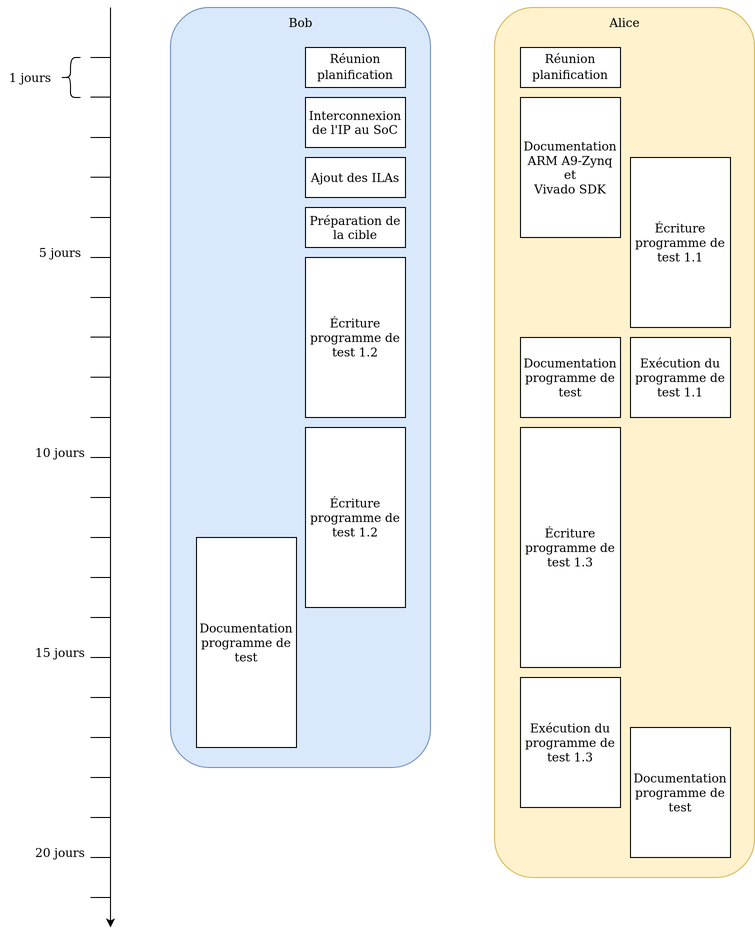
Before: Take_my_IP/figure/planning_integration.png, a diagram exported from draw.io (FromagePatin/controller_IT). Source tidied: cells renumbered, new cells last; positions are measured from the earlier drawing's top-left corner, leaving out a move shared by most shapes.
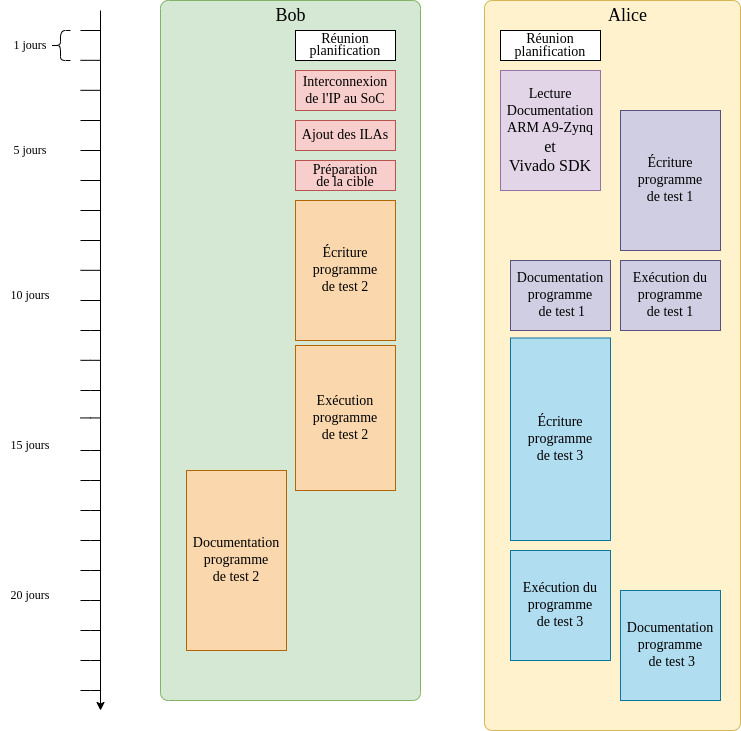
After the change.

Commit message:
Ajout des commentaites planning et couleur planning

The edit, as a diff of the source:
```diff
@@ -4,7 +4,7 @@
     <mxCell id="1" parent="0" />
-    <mxCell id="2" style="rounded=1;whiteSpace=wrap;html=1;fontFamily=Verdana;fontSize=12;fillColor=#fff2cc;strokeColor=#d6b656;" parent="1" vertex="1">
-      <mxGeometry x="494" width="260" height="870" as="geometry" />
+    <mxCell id="2" style="rounded=1;whiteSpace=wrap;html=1;fontFamily=Verdana;fontSize=12;fillColor=#fff2cc;strokeColor=#d6b656;arcSize=3;" parent="1" vertex="1">
+      <mxGeometry x="494" y="10" width="256" height="730" as="geometry" />
     </mxCell>
-    <mxCell id="3" style="rounded=1;whiteSpace=wrap;html=1;fontFamily=Verdana;fontSize=12;fillColor=#dae8fc;strokeColor=#6c8ebf;" parent="1" vertex="1">
-      <mxGeometry x="170" width="260" height="760" as="geometry" />
+    <mxCell id="3" style="rounded=1;whiteSpace=wrap;html=1;fontFamily=Verdana;fontSize=12;fillColor=#d5e8d4;strokeColor=#82b366;arcSize=3;" parent="1" vertex="1">
+      <mxGeometry x="170" y="10" width="260" height="700" as="geometry" />
     </mxCell>
@@ -12,11 +12,11 @@
       <mxGeometry relative="1" as="geometry">
-        <mxPoint x="110" as="sourcePoint" />
-        <mxPoint x="110" y="920" as="targetPoint" />
+        <mxPoint x="110" y="20" as="sourcePoint" />
+        <mxPoint x="110" y="720" as="targetPoint" />
       </mxGeometry>
     </mxCell>
-    <mxCell id="5" value="&lt;font style=&quot;font-size: 12px;&quot; face=&quot;Verdana&quot;&gt;Réunion planification&lt;/font&gt;" style="rounded=0;whiteSpace=wrap;html=1;" parent="1" vertex="1">
-      <mxGeometry x="305" y="40" width="100" height="40" as="geometry" />
+    <mxCell id="5" value="&lt;p style=&quot;line-height: 90%;&quot;&gt;&lt;font style=&quot;font-size: 14px;&quot; face=&quot;Verdana&quot;&gt;Réunion planification&lt;/font&gt;&lt;/p&gt;" style="rounded=0;whiteSpace=wrap;html=1;" parent="1" vertex="1">
+      <mxGeometry x="305" y="40" width="100" height="30" as="geometry" />
     </mxCell>
-    <mxCell id="6" value="&lt;font style=&quot;font-size: 12px;&quot; face=&quot;Verdana&quot;&gt;Réunion planification&lt;/font&gt;" style="rounded=0;whiteSpace=wrap;html=1;" parent="1" vertex="1">
-      <mxGeometry x="520" y="40" width="100" height="40" as="geometry" />
+    <mxCell id="6" value="&lt;p style=&quot;line-height: 100%;&quot;&gt;&lt;font style=&quot;font-size: 14px;&quot; face=&quot;Verdana&quot;&gt;Réunion planification&lt;/font&gt;&lt;/p&gt;" style="rounded=0;whiteSpace=wrap;html=1;" parent="1" vertex="1">
+      <mxGeometry x="510" y="40" width="100" height="30" as="geometry" />
     </mxCell>
@@ -24,23 +24,23 @@
       <mxGeometry relative="1" as="geometry">
-        <mxPoint x="110" y="89.6" as="sourcePoint" />
-        <mxPoint x="90" y="89.6" as="targetPoint" />
+        <mxPoint x="110" y="69.8" as="sourcePoint" />
+        <mxPoint x="90" y="69.8" as="targetPoint" />
       </mxGeometry>
     </mxCell>
-    <mxCell id="8" value="Bob" style="text;html=1;strokeColor=none;fillColor=none;align=center;verticalAlign=middle;whiteSpace=wrap;rounded=0;fontFamily=Verdana;fontSize=12;" parent="1" vertex="1">
-      <mxGeometry x="262.5" width="75" height="30" as="geometry" />
+    <mxCell id="8" value="&lt;font style=&quot;font-size: 18px;&quot;&gt;Bob&lt;/font&gt;" style="text;html=1;strokeColor=none;fillColor=none;align=center;verticalAlign=middle;whiteSpace=wrap;rounded=0;fontFamily=Verdana;fontSize=12;" parent="1" vertex="1">
+      <mxGeometry x="262.5" y="10" width="75" height="30" as="geometry" />
     </mxCell>
-    <mxCell id="9" value="Alice" style="text;html=1;strokeColor=none;fillColor=none;align=center;verticalAlign=middle;whiteSpace=wrap;rounded=0;fontFamily=Verdana;fontSize=12;" parent="1" vertex="1">
-      <mxGeometry x="586.5" width="75" height="30" as="geometry" />
+    <mxCell id="9" value="&lt;font style=&quot;font-size: 18px;&quot;&gt;Alice&lt;/font&gt;" style="text;html=1;strokeColor=none;fillColor=none;align=center;verticalAlign=middle;whiteSpace=wrap;rounded=0;fontFamily=Verdana;fontSize=12;" parent="1" vertex="1">
+      <mxGeometry x="600" y="10" width="75" height="30" as="geometry" />
     </mxCell>
     <mxCell id="10" value="1 jours" style="text;html=1;strokeColor=none;fillColor=none;align=center;verticalAlign=middle;whiteSpace=wrap;rounded=0;fontFamily=Verdana;fontSize=12;" parent="1" vertex="1">
-      <mxGeometry y="55" width="60" height="30" as="geometry" />
+      <mxGeometry x="10" y="40" width="60" height="30" as="geometry" />
     </mxCell>
-    <mxCell id="11" value="Interconnexion de l'IP au SoC" style="rounded=0;whiteSpace=wrap;html=1;fontFamily=Verdana;fontSize=12;" parent="1" vertex="1">
-      <mxGeometry x="305" y="90" width="100" height="50" as="geometry" />
+    <mxCell id="11" value="&lt;font style=&quot;font-size: 14px;&quot;&gt;Interconnexion de l'IP au SoC&lt;/font&gt;" style="rounded=0;whiteSpace=wrap;html=1;fontFamily=Verdana;fontSize=12;fillColor=#f8cecc;strokeColor=#b85450;" parent="1" vertex="1">
+      <mxGeometry x="305" y="80" width="100" height="40" as="geometry" />
     </mxCell>
-    <mxCell id="12" value="Ajout des ILAs" style="rounded=0;whiteSpace=wrap;html=1;fontFamily=Verdana;fontSize=12;" parent="1" vertex="1">
-      <mxGeometry x="305" y="150" width="100" height="40" as="geometry" />
+    <mxCell id="12" value="&lt;font style=&quot;font-size: 14px;&quot;&gt;Ajout des ILAs&lt;/font&gt;" style="rounded=0;whiteSpace=wrap;html=1;fontFamily=Verdana;fontSize=12;fillColor=#f8cecc;strokeColor=#b85450;" parent="1" vertex="1">
+      <mxGeometry x="305" y="130" width="100" height="30" as="geometry" />
     </mxCell>
-    <mxCell id="13" value="Préparation de la cible" style="rounded=0;whiteSpace=wrap;html=1;fontFamily=Verdana;fontSize=12;" parent="1" vertex="1">
-      <mxGeometry x="305" y="200" width="100" height="40" as="geometry" />
+    <mxCell id="13" value="&lt;p style=&quot;line-height: 100%;&quot;&gt;&lt;font style=&quot;font-size: 14px;&quot;&gt;Préparation &lt;br&gt;de la cible&lt;/font&gt;&lt;/p&gt;" style="rounded=0;whiteSpace=wrap;html=1;fontFamily=Verdana;fontSize=12;fillColor=#f8cecc;strokeColor=#b85450;" parent="1" vertex="1">
+      <mxGeometry x="305" y="170" width="100" height="30" as="geometry" />
     </mxCell>
@@ -48,4 +48,4 @@
       <mxGeometry relative="1" as="geometry">
-        <mxPoint x="90" y="250" as="sourcePoint" />
-        <mxPoint x="110" y="250" as="targetPoint" />
+        <mxPoint x="90" y="190" as="sourcePoint" />
+        <mxPoint x="110" y="190" as="targetPoint" />
       </mxGeometry>
@@ -53,3 +53,3 @@
     <mxCell id="15" style="shape=curlyBracket;whiteSpace=wrap;html=1;rounded=1;labelPosition=left;verticalLabelPosition=middle;align=right;verticalAlign=middle;fontFamily=Verdana;fontSize=12;" parent="1" vertex="1">
-      <mxGeometry x="60" y="50" width="20" height="40" as="geometry" />
+      <mxGeometry x="60" y="40" width="20" height="30" as="geometry" />
     </mxCell>
@@ -57,35 +57,35 @@
       <mxGeometry relative="1" as="geometry">
-        <mxPoint x="90" y="329.6" as="sourcePoint" />
-        <mxPoint x="110" y="329.6" as="targetPoint" />
+        <mxPoint x="90" y="250" as="sourcePoint" />
+        <mxPoint x="110" y="250" as="targetPoint" />
       </mxGeometry>
     </mxCell>
-    <mxCell id="17" value="Documentation ARM A9-Zynq&lt;br&gt;&lt;div&gt;et&lt;/div&gt;&lt;div&gt;Vivado SDK&lt;br&gt;&lt;/div&gt;" style="rounded=0;whiteSpace=wrap;html=1;fontFamily=Verdana;fontSize=12;" parent="1" vertex="1">
-      <mxGeometry x="520" y="90" width="100" height="140" as="geometry" />
+    <mxCell id="17" value="&lt;font style=&quot;font-size: 14px;&quot;&gt;Lecture Documentation ARM A9-Zynq&lt;br&gt;&lt;/font&gt;&lt;div&gt;&lt;font size=&quot;3&quot;&gt;et&lt;/font&gt;&lt;/div&gt;&lt;div&gt;&lt;font size=&quot;3&quot;&gt;Vivado SDK&lt;/font&gt;&lt;br&gt;&lt;/div&gt;" style="rounded=0;whiteSpace=wrap;html=1;fontFamily=Verdana;fontSize=12;fillColor=#e1d5e7;strokeColor=#9673a6;" parent="1" vertex="1">
+      <mxGeometry x="510" y="80" width="100" height="120" as="geometry" />
     </mxCell>
-    <mxCell id="18" value="Écriture programme de test 1.1" style="rounded=0;whiteSpace=wrap;html=1;fontFamily=Verdana;fontSize=12;" parent="1" vertex="1">
-      <mxGeometry x="630" y="150" width="100" height="170" as="geometry" />
+    <mxCell id="18" value="&lt;font style=&quot;font-size: 14px;&quot;&gt;Écriture &lt;br&gt;programme &lt;br&gt;de test 1&lt;/font&gt;" style="rounded=0;whiteSpace=wrap;html=1;fontFamily=Verdana;fontSize=12;fillColor=#d0cee2;strokeColor=#56517e;" parent="1" vertex="1">
+      <mxGeometry x="630" y="120" width="100" height="140" as="geometry" />
     </mxCell>
-    <mxCell id="19" value="Écriture programme de test 1.2" style="rounded=0;whiteSpace=wrap;html=1;fontFamily=Verdana;fontSize=12;" parent="1" vertex="1">
-      <mxGeometry x="305" y="250" width="100" height="160" as="geometry" />
+    <mxCell id="19" value="&lt;font style=&quot;font-size: 14px;&quot;&gt;Écriture &lt;br&gt;programme &lt;br&gt;de test 2&lt;/font&gt;" style="rounded=0;whiteSpace=wrap;html=1;fontFamily=Verdana;fontSize=12;fillColor=#fad7ac;strokeColor=#b46504;" parent="1" vertex="1">
+      <mxGeometry x="305" y="210" width="100" height="140" as="geometry" />
     </mxCell>
-    <mxCell id="20" value="Exécution du programme de test 1.1" style="rounded=0;whiteSpace=wrap;html=1;fontFamily=Verdana;fontSize=12;" parent="1" vertex="1">
-      <mxGeometry x="630" y="330" width="100" height="80" as="geometry" />
+    <mxCell id="20" value="&lt;font style=&quot;font-size: 14px;&quot;&gt;Exécution du programme &lt;br&gt;de test 1&lt;/font&gt;" style="rounded=0;whiteSpace=wrap;html=1;fontFamily=Verdana;fontSize=12;fillColor=#d0cee2;strokeColor=#56517e;" parent="1" vertex="1">
+      <mxGeometry x="630" y="270" width="100" height="70" as="geometry" />
     </mxCell>
-    <mxCell id="21" value="Documentation programme de test" style="rounded=0;whiteSpace=wrap;html=1;fontFamily=Verdana;fontSize=12;" parent="1" vertex="1">
-      <mxGeometry x="520" y="330" width="100" height="80" as="geometry" />
+    <mxCell id="21" value="&lt;font style=&quot;font-size: 14px;&quot;&gt;Documentation programme&lt;br&gt;&amp;nbsp;de test 1&lt;/font&gt;" style="rounded=0;whiteSpace=wrap;html=1;fontFamily=Verdana;fontSize=12;fillColor=#d0cee2;strokeColor=#56517e;" parent="1" vertex="1">
+      <mxGeometry x="520" y="270" width="100" height="70" as="geometry" />
     </mxCell>
-    <mxCell id="22" value="Écriture programme de test 1.3" style="rounded=0;whiteSpace=wrap;html=1;fontFamily=Verdana;fontSize=12;" parent="1" vertex="1">
-      <mxGeometry x="520" y="420" width="100" height="240" as="geometry" />
+    <mxCell id="22" value="&lt;font style=&quot;font-size: 14px;&quot;&gt;Écriture &lt;br&gt;programme &lt;br&gt;de test 3&lt;/font&gt;" style="rounded=0;whiteSpace=wrap;html=1;fontFamily=Verdana;fontSize=12;fillColor=#b1ddf0;strokeColor=#10739e;" parent="1" vertex="1">
+      <mxGeometry x="520" y="347.5" width="100" height="202.5" as="geometry" />
     </mxCell>
-    <mxCell id="23" value="Exécution du programme de test 1.3" style="rounded=0;whiteSpace=wrap;html=1;fontFamily=Verdana;fontSize=12;" parent="1" vertex="1">
-      <mxGeometry x="520" y="670" width="100" height="130" as="geometry" />
+    <mxCell id="23" value="&lt;font style=&quot;font-size: 14px;&quot;&gt;Exécution du programme &lt;br&gt;de test 3&lt;/font&gt;" style="rounded=0;whiteSpace=wrap;html=1;fontFamily=Verdana;fontSize=12;fillColor=#b1ddf0;strokeColor=#10739e;" parent="1" vertex="1">
+      <mxGeometry x="520" y="560" width="100" height="110" as="geometry" />
     </mxCell>
-    <mxCell id="24" value="Documentation programme de test" style="rounded=0;whiteSpace=wrap;html=1;fontFamily=Verdana;fontSize=12;" parent="1" vertex="1">
-      <mxGeometry x="630" y="720" width="100" height="130" as="geometry" />
+    <mxCell id="24" value="&lt;font style=&quot;font-size: 14px;&quot;&gt;Documentation programme&lt;br&gt;&amp;nbsp;de test 3&lt;/font&gt;" style="rounded=0;whiteSpace=wrap;html=1;fontFamily=Verdana;fontSize=12;fillColor=#b1ddf0;strokeColor=#10739e;" parent="1" vertex="1">
+      <mxGeometry x="630" y="600" width="100" height="110" as="geometry" />
     </mxCell>
-    <mxCell id="25" value="Écriture programme de test 1.2" style="rounded=0;whiteSpace=wrap;html=1;fontFamily=Verdana;fontSize=12;" parent="1" vertex="1">
-      <mxGeometry x="305" y="420" width="100" height="180" as="geometry" />
+    <mxCell id="25" value="&lt;font style=&quot;font-size: 14px;&quot;&gt;Exécution&lt;br&gt;programme &lt;br&gt;de test 2&lt;/font&gt;" style="rounded=0;whiteSpace=wrap;html=1;fontFamily=Verdana;fontSize=12;fillColor=#fad7ac;strokeColor=#b46504;" parent="1" vertex="1">
+      <mxGeometry x="305" y="355" width="100" height="145" as="geometry" />
     </mxCell>
-    <mxCell id="26" value="Documentation programme de test" style="rounded=0;whiteSpace=wrap;html=1;fontFamily=Verdana;fontSize=12;" parent="1" vertex="1">
-      <mxGeometry x="196" y="530" width="100" height="210" as="geometry" />
+    <mxCell id="26" value="&lt;font style=&quot;font-size: 14px;&quot;&gt;Documentation programme &lt;br&gt;de test 2&lt;/font&gt;" style="rounded=0;whiteSpace=wrap;html=1;fontFamily=Verdana;fontSize=12;fillColor=#fad7ac;strokeColor=#b46504;" parent="1" vertex="1">
+      <mxGeometry x="196" y="480" width="100" height="180" as="geometry" />
     </mxCell>
@@ -93,4 +93,4 @@
       <mxGeometry relative="1" as="geometry">
-        <mxPoint x="110" y="130" as="sourcePoint" />
-        <mxPoint x="90" y="130" as="targetPoint" />
+        <mxPoint x="110" y="99.8" as="sourcePoint" />
+        <mxPoint x="90" y="99.8" as="targetPoint" />
       </mxGeometry>
@@ -99,4 +99,4 @@
       <mxGeometry relative="1" as="geometry">
-        <mxPoint x="110" y="169.8" as="sourcePoint" />
-        <mxPoint x="90" y="169.8" as="targetPoint" />
+        <mxPoint x="110" y="130" as="sourcePoint" />
+        <mxPoint x="90" y="130" as="targetPoint" />
       </mxGeometry>
@@ -105,4 +105,4 @@
       <mxGeometry relative="1" as="geometry">
-        <mxPoint x="110" y="210" as="sourcePoint" />
-        <mxPoint x="90" y="210" as="targetPoint" />
+        <mxPoint x="110" y="160" as="sourcePoint" />
+        <mxPoint x="90" y="160" as="targetPoint" />
       </mxGeometry>
@@ -111,4 +111,4 @@
       <mxGeometry relative="1" as="geometry">
-        <mxPoint x="110" y="290" as="sourcePoint" />
-        <mxPoint x="90" y="290" as="targetPoint" />
+        <mxPoint x="110" y="220" as="sourcePoint" />
+        <mxPoint x="90" y="220" as="targetPoint" />
       </mxGeometry>
@@ -117,4 +117,4 @@
       <mxGeometry relative="1" as="geometry">
-        <mxPoint x="110" y="369.8" as="sourcePoint" />
-        <mxPoint x="90" y="369.8" as="targetPoint" />
+        <mxPoint x="110" y="279.8" as="sourcePoint" />
+        <mxPoint x="90" y="279.8" as="targetPoint" />
       </mxGeometry>
@@ -123,4 +123,4 @@
       <mxGeometry relative="1" as="geometry">
-        <mxPoint x="110" y="410" as="sourcePoint" />
-        <mxPoint x="90" y="410" as="targetPoint" />
+        <mxPoint x="110" y="310" as="sourcePoint" />
+        <mxPoint x="90" y="310" as="targetPoint" />
       </mxGeometry>
@@ -129,6 +129,6 @@
       <mxGeometry relative="1" as="geometry">
-        <mxPoint x="110" y="450" as="sourcePoint" />
-        <mxPoint x="90" y="450" as="targetPoint" />
+        <mxPoint x="110" y="340" as="sourcePoint" />
+        <mxPoint x="90" y="340" as="targetPoint" />
         <Array as="points">
-          <mxPoint x="100" y="450" />
+          <mxPoint x="100" y="340" />
         </Array>
@@ -138,6 +138,6 @@
       <mxGeometry relative="1" as="geometry">
-        <mxPoint x="110" y="490" as="sourcePoint" />
-        <mxPoint x="90" y="490" as="targetPoint" />
+        <mxPoint x="110" y="369.8" as="sourcePoint" />
+        <mxPoint x="90" y="369.8" as="targetPoint" />
         <Array as="points">
-          <mxPoint x="100" y="490" />
+          <mxPoint x="100" y="369.8" />
         </Array>
@@ -147,6 +147,6 @@
       <mxGeometry relative="1" as="geometry">
-        <mxPoint x="110" y="530" as="sourcePoint" />
-        <mxPoint x="90" y="530" as="targetPoint" />
+        <mxPoint x="110" y="400" as="sourcePoint" />
+        <mxPoint x="90" y="400" as="targetPoint" />
         <Array as="points">
-          <mxPoint x="100" y="530" />
+          <mxPoint x="100" y="400" />
         </Array>
@@ -156,6 +156,6 @@
       <mxGeometry relative="1" as="geometry">
-        <mxPoint x="110" y="570" as="sourcePoint" />
-        <mxPoint x="90" y="570" as="targetPoint" />
+        <mxPoint x="110" y="427.4" as="sourcePoint" />
+        <mxPoint x="90" y="427.4" as="targetPoint" />
         <Array as="points">
-          <mxPoint x="100" y="570" />
+          <mxPoint x="100" y="427.4" />
         </Array>
@@ -165,6 +165,6 @@
       <mxGeometry relative="1" as="geometry">
-        <mxPoint x="110" y="610" as="sourcePoint" />
-        <mxPoint x="90" y="610" as="targetPoint" />
+        <mxPoint x="110" y="460" as="sourcePoint" />
+        <mxPoint x="90" y="460" as="targetPoint" />
         <Array as="points">
-          <mxPoint x="100" y="610" />
+          <mxPoint x="100" y="460" />
         </Array>
@@ -174,6 +174,6 @@
       <mxGeometry relative="1" as="geometry">
-        <mxPoint x="110" y="650" as="sourcePoint" />
-        <mxPoint x="90" y="650" as="targetPoint" />
+        <mxPoint x="110" y="490" as="sourcePoint" />
+        <mxPoint x="90" y="490" as="targetPoint" />
         <Array as="points">
-          <mxPoint x="100" y="650" />
+          <mxPoint x="100" y="490" />
         </Array>
@@ -183,6 +183,6 @@
       <mxGeometry relative="1" as="geometry">
-        <mxPoint x="110" y="690" as="sourcePoint" />
-        <mxPoint x="90" y="690" as="targetPoint" />
+        <mxPoint x="110" y="520" as="sourcePoint" />
+        <mxPoint x="90" y="520" as="targetPoint" />
         <Array as="points">
-          <mxPoint x="100" y="690" />
+          <mxPoint x="100" y="520" />
         </Array>
@@ -192,6 +192,6 @@
       <mxGeometry relative="1" as="geometry">
-        <mxPoint x="110" y="730" as="sourcePoint" />
-        <mxPoint x="90" y="730" as="targetPoint" />
+        <mxPoint x="110" y="550" as="sourcePoint" />
+        <mxPoint x="90" y="550" as="targetPoint" />
         <Array as="points">
-          <mxPoint x="100" y="730" />
+          <mxPoint x="100" y="550" />
         </Array>
@@ -201,6 +201,6 @@
       <mxGeometry relative="1" as="geometry">
-        <mxPoint x="110" y="770" as="sourcePoint" />
-        <mxPoint x="90" y="770" as="targetPoint" />
+        <mxPoint x="110" y="580" as="sourcePoint" />
+        <mxPoint x="90" y="580" as="targetPoint" />
         <Array as="points">
-          <mxPoint x="100" y="770" />
+          <mxPoint x="100" y="580" />
         </Array>
@@ -210,6 +210,6 @@
       <mxGeometry relative="1" as="geometry">
-        <mxPoint x="110" y="810" as="sourcePoint" />
-        <mxPoint x="90" y="810" as="targetPoint" />
+        <mxPoint x="110" y="610" as="sourcePoint" />
+        <mxPoint x="90" y="610" as="targetPoint" />
         <Array as="points">
-          <mxPoint x="100" y="810" />
+          <mxPoint x="100" y="610" />
         </Array>
@@ -219,6 +219,6 @@
       <mxGeometry relative="1" as="geometry">
-        <mxPoint x="110" y="850" as="sourcePoint" />
-        <mxPoint x="90" y="850" as="targetPoint" />
+        <mxPoint x="110" y="640" as="sourcePoint" />
+        <mxPoint x="90" y="640" as="targetPoint" />
         <Array as="points">
-          <mxPoint x="100" y="850" />
+          <mxPoint x="100" y="640" />
         </Array>
@@ -228,6 +228,6 @@
       <mxGeometry relative="1" as="geometry">
-        <mxPoint x="110" y="890" as="sourcePoint" />
-        <mxPoint x="90" y="890" as="targetPoint" />
+        <mxPoint x="110" y="670" as="sourcePoint" />
+        <mxPoint x="90" y="670" as="targetPoint" />
         <Array as="points">
-          <mxPoint x="100" y="890" />
+          <mxPoint x="100" y="670" />
         </Array>
@@ -236,12 +236,12 @@
     <mxCell id="45" value="5 jours" style="text;html=1;strokeColor=none;fillColor=none;align=center;verticalAlign=middle;whiteSpace=wrap;rounded=0;fontFamily=Verdana;fontSize=12;" parent="1" vertex="1">
-      <mxGeometry x="30" y="230" width="60" height="30" as="geometry" />
+      <mxGeometry x="10" y="145" width="60" height="30" as="geometry" />
     </mxCell>
     <mxCell id="46" value="10 jours" style="text;html=1;strokeColor=none;fillColor=none;align=center;verticalAlign=middle;whiteSpace=wrap;rounded=0;fontFamily=Verdana;fontSize=12;" parent="1" vertex="1">
-      <mxGeometry x="30" y="430" width="60" height="30" as="geometry" />
+      <mxGeometry x="10" y="290" width="60" height="30" as="geometry" />
     </mxCell>
     <mxCell id="47" value="15 jours" style="text;html=1;strokeColor=none;fillColor=none;align=center;verticalAlign=middle;whiteSpace=wrap;rounded=0;fontFamily=Verdana;fontSize=12;" parent="1" vertex="1">
-      <mxGeometry x="30" y="630" width="60" height="30" as="geometry" />
+      <mxGeometry x="10" y="440" width="60" height="30" as="geometry" />
     </mxCell>
     <mxCell id="48" value="20 jours" style="text;html=1;strokeColor=none;fillColor=none;align=center;verticalAlign=middle;whiteSpace=wrap;rounded=0;fontFamily=Verdana;fontSize=12;" parent="1" vertex="1">
-      <mxGeometry x="30" y="830" width="60" height="30" as="geometry" />
+      <mxGeometry x="10" y="590" width="60" height="30" as="geometry" />
     </mxCell>
@@ -249,6 +249,15 @@
       <mxGeometry relative="1" as="geometry">
-        <mxPoint x="110" y="50" as="sourcePoint" />
-        <mxPoint x="90" y="50" as="targetPoint" />
+        <mxPoint x="110" y="40" as="sourcePoint" />
+        <mxPoint x="90" y="40" as="targetPoint" />
       </mxGeometry>
     </mxCell>
+    <mxCell id="50" style="endArrow=none;html=1;rounded=0;fontFamily=Verdana;fontSize=14;" parent="1" edge="1">
+      <mxGeometry relative="1" as="geometry">
+        <mxPoint x="110" y="700" as="sourcePoint" />
+        <mxPoint x="90" y="700" as="targetPoint" />
+        <Array as="points">
+          <mxPoint x="100" y="700" />
+        </Array>
+      </mxGeometry>
+    </mxCell>
   </root>
```
